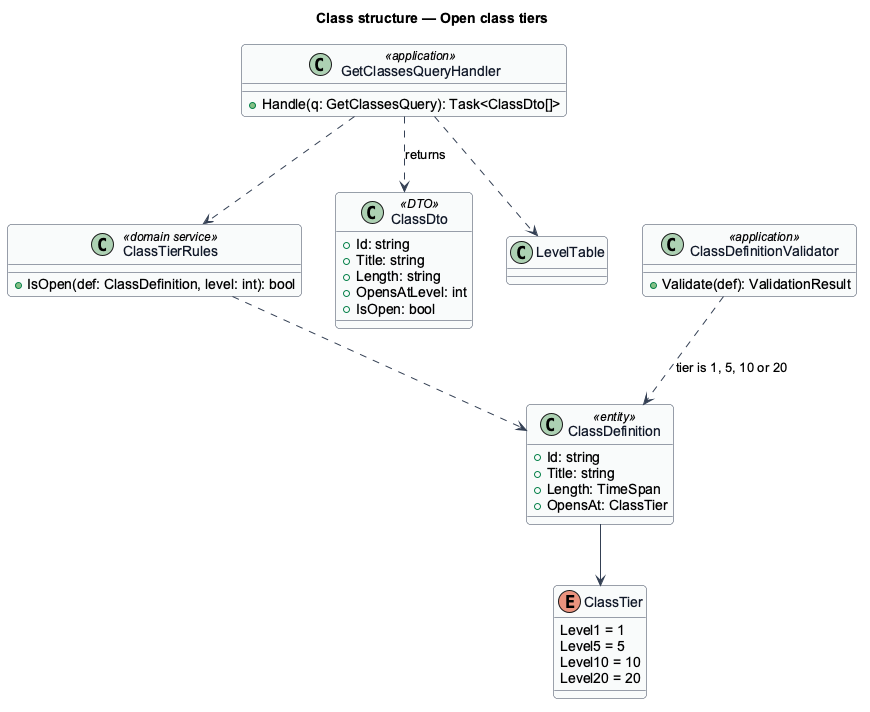
Before: docs/detailed-designs/progression/open-class-tiers/diagrams/class-structure.png, a diagram exported from PlantUML (QuinntyneBrown/ride-one). Its diagram source:
```plantuml
@startuml
skinparam backgroundColor #FFFFFF
skinparam shadowing false
skinparam roundcorner 8
skinparam defaultFontName Arial
skinparam ArrowColor #344054
skinparam class {
  BorderColor #344054
  FontColor #101828
  BackgroundColor #F9FAFB
}
title Class structure — Open class tiers
enum ClassTier {
  Level1 = 1
  Level5 = 5
  Level10 = 10
  Level20 = 20
}
class ClassDefinition <<entity>> {
  +Id: string
  +Title: string
  +Length: TimeSpan
  +OpensAt: ClassTier
}
class ClassTierRules <<domain service>> {
  +IsOpen(def: ClassDefinition, level: int): bool
}
class ClassDefinitionValidator <<application>> {
  +Validate(def): ValidationResult
}
class GetClassesQueryHandler <<application>> {
  +Handle(q: GetClassesQuery): Task<ClassDto[]>
}
class ClassDto <<DTO>> {
  +Id: string
  +Title: string
  +Length: string
  +OpensAtLevel: int
  +IsOpen: bool
}
ClassDefinition --> ClassTier
ClassTierRules ..> ClassDefinition
ClassDefinitionValidator ..> ClassDefinition : tier is 1, 5, 10 or 20
GetClassesQueryHandler ..> ClassTierRules
GetClassesQueryHandler ..> LevelTable
GetClassesQueryHandler ..> ClassDto : returns
@enduml
```
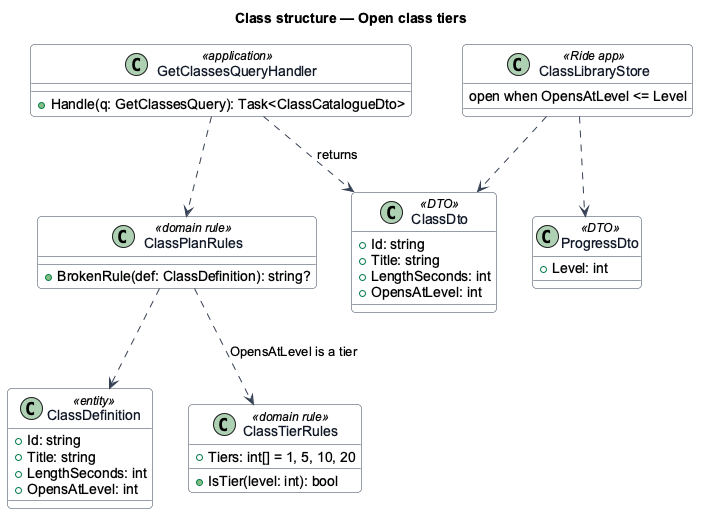
The same diagram one commit later.

Commit message:
Bring the class-tiers design in line with the code (slice 12.2)

The edit, as a diff of the source:
```diff
@@ -10,38 +10,38 @@
   BackgroundColor #F9FAFB
 }
 title Class structure — Open class tiers
-enum ClassTier {
-  Level1 = 1
-  Level5 = 5
-  Level10 = 10
-  Level20 = 20
-}
 class ClassDefinition <<entity>> {
   +Id: string
   +Title: string
-  +Length: TimeSpan
-  +OpensAt: ClassTier
+  +LengthSeconds: int
+  +OpensAtLevel: int
 }
-class ClassTierRules <<domain service>> {
-  +IsOpen(def: ClassDefinition, level: int): bool
+class ClassTierRules <<domain rule>> {
+  +Tiers: int[] = 1, 5, 10, 20
+  +IsTier(level: int): bool
 }
-class ClassDefinitionValidator <<application>> {
-  +Validate(def): ValidationResult
+class ClassPlanRules <<domain rule>> {
+  +BrokenRule(def: ClassDefinition): string?
 }
 class GetClassesQueryHandler <<application>> {
-  +Handle(q: GetClassesQuery): Task<ClassDto[]>
+  +Handle(q: GetClassesQuery): Task<ClassCatalogueDto>
 }
 class ClassDto <<DTO>> {
   +Id: string
   +Title: string
-  +Length: string
+  +LengthSeconds: int
   +OpensAtLevel: int
-  +IsOpen: bool
 }
-ClassDefinition --> ClassTier
-ClassTierRules ..> ClassDefinition
-ClassDefinitionValidator ..> ClassDefinition : tier is 1, 5, 10 or 20
-GetClassesQueryHandler ..> ClassTierRules
-GetClassesQueryHandler ..> LevelTable
+class ProgressDto <<DTO>> {
+  +Level: int
+}
+class ClassLibraryStore <<Ride app>> {
+  open when OpensAtLevel <= Level
+}
+ClassPlanRules ..> ClassDefinition
+ClassPlanRules ..> ClassTierRules : OpensAtLevel is a tier
+GetClassesQueryHandler ..> ClassPlanRules
 GetClassesQueryHandler ..> ClassDto : returns
+ClassLibraryStore ..> ClassDto
+ClassLibraryStore ..> ProgressDto
 @enduml
```
